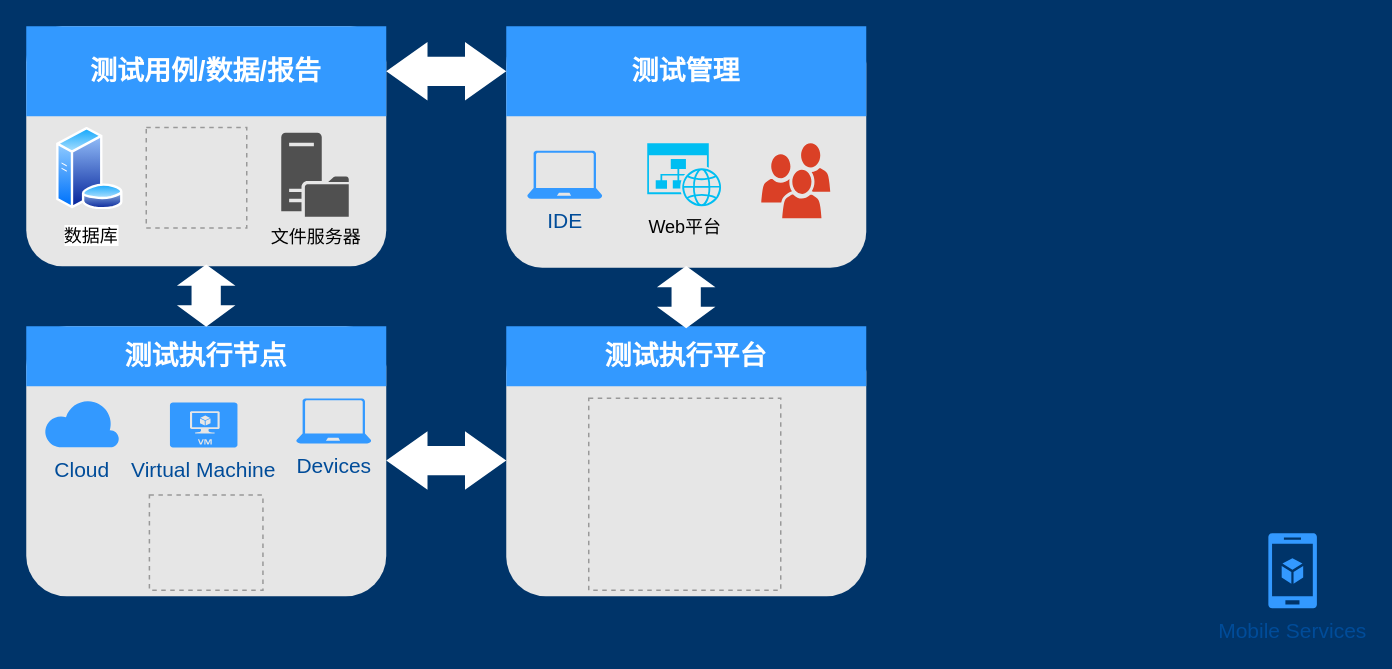
The draw.io diagram test.drawio in xiongxiaoqing614/diagrams, before the edit. Source tidied: cells renumbered, new cells numbered last; positions are measured from the earlier drawing's top-left corner, leaving out a move shared by most shapes. Both pictures are drawn from the tidied source at 150%, with x=0, y=0 at pixel (26, 26). Pictures stored in the file or linked from it are replaced by grey dashed boxes.
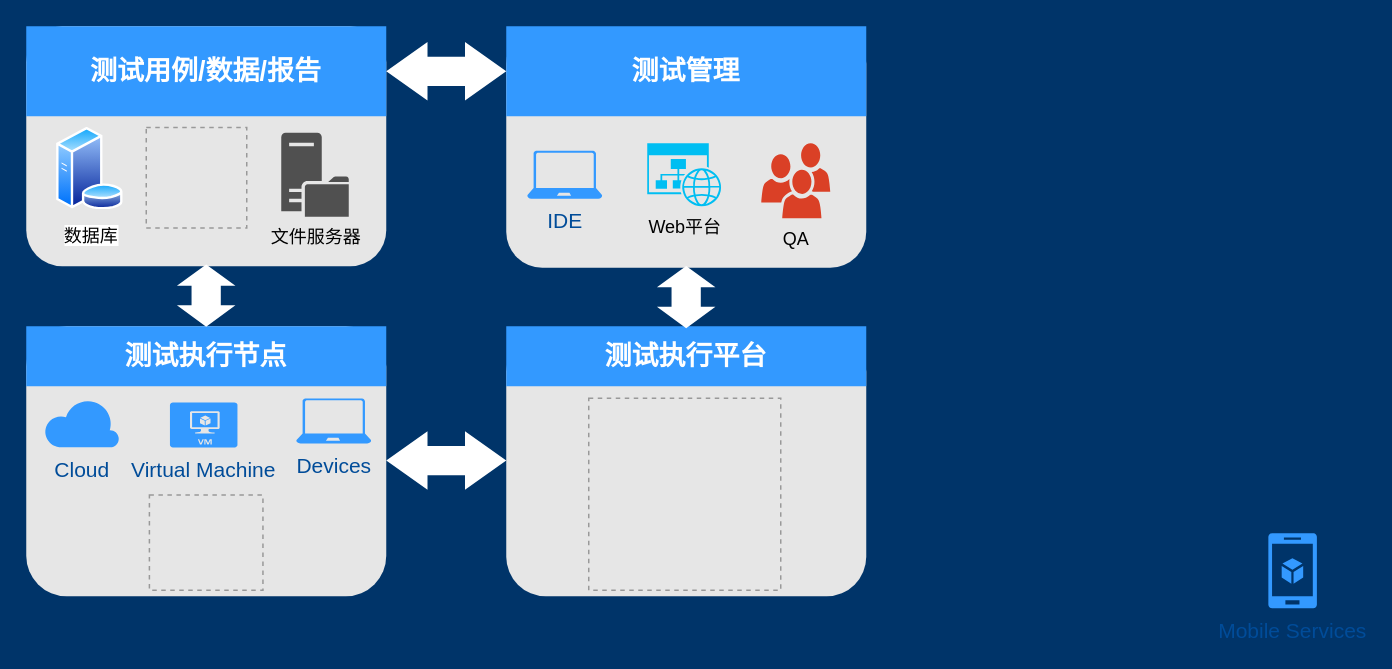
After the change.

What changed in the source:
```diff
@@
-    <mxCell id="26" style="shadow=0;dashed=0;html=1;strokeColor=none;labelPosition=center;verticalLabelPosition=bottom;verticalAlign=top;align=center;shape=mxgraph.office.users.users;fillColor=#DA4026;" parent="1" vertex="1">
+    <mxCell id="26" value="QA" style="shadow=0;dashed=0;html=1;strokeColor=none;labelPosition=center;verticalLabelPosition=bottom;verticalAlign=top;align=center;shape=mxgraph.office.users.users;fillColor=#DA4026;" parent="1" vertex="1">
       <mxGeometry x="490" y="78" width="46" height="50" as="geometry" />
     </mxCell>
```
